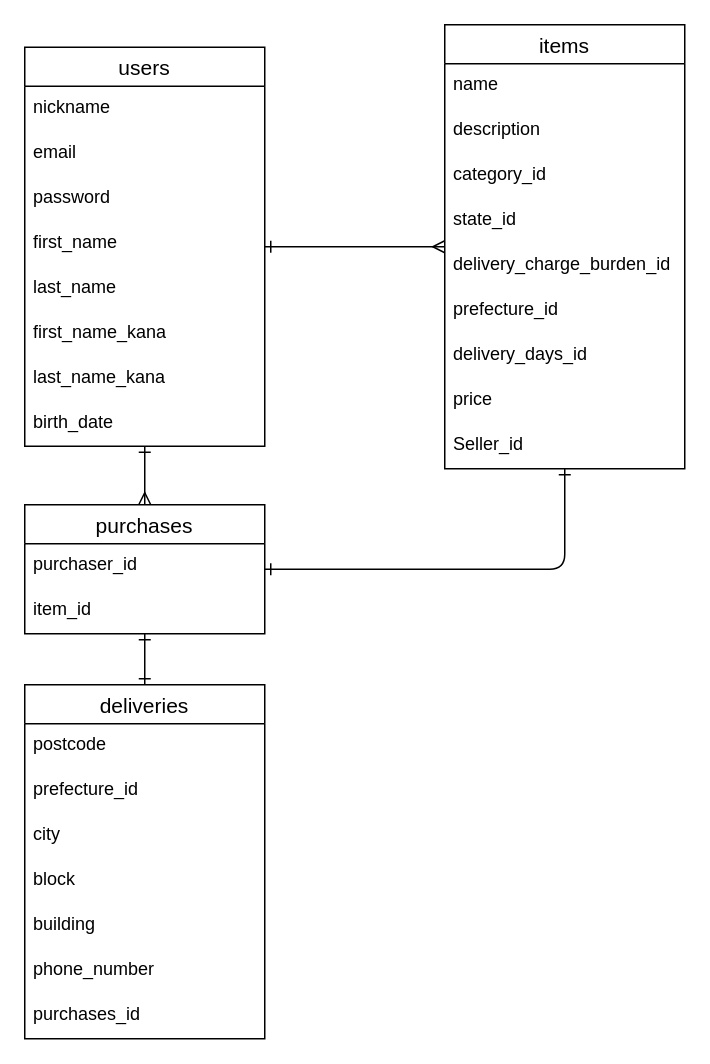
The draw.io diagram furima_er.dio in naoki0803/furima-38487, before the edit. Source tidied: cells renumbered, new cells numbered last; positions are measured from the earlier drawing's top-left corner, leaving out a move shared by most shapes. Both pictures are drawn from the tidied source at 150%, with x=0, y=0 at pixel (24, 24).
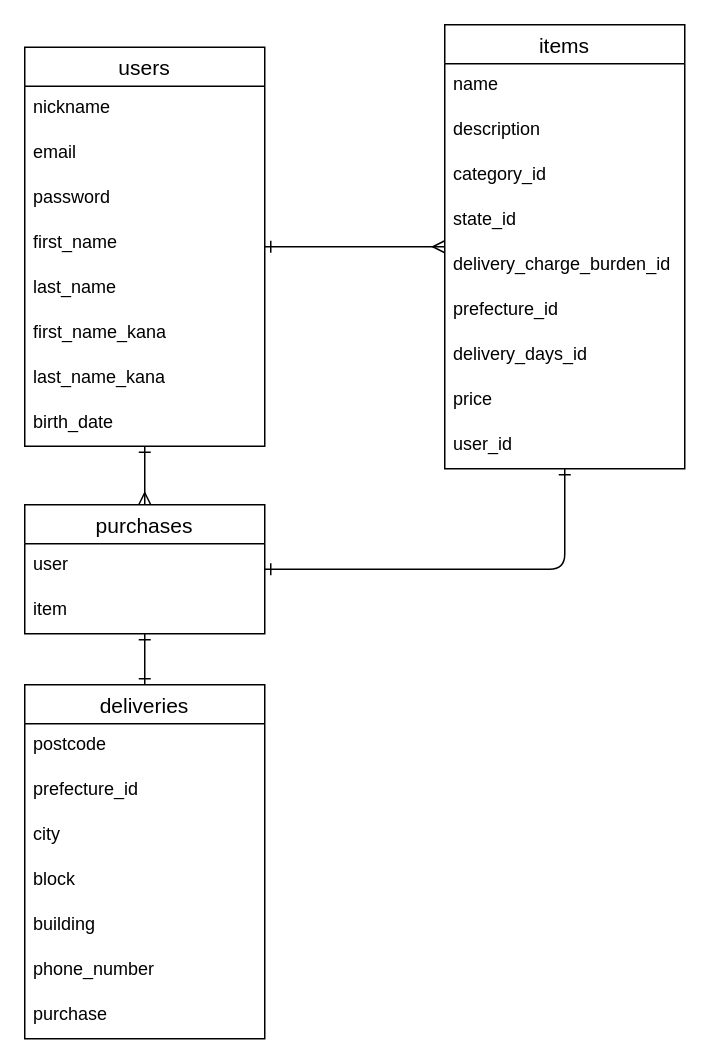
The same page after the edit.

Unchanged cells that the change refers to:
```xml
<mxCell id="11" value="items" style="swimlane;fontStyle=0;horizontal=1;startSize=26;align=center;fontSize=14;" parent="1" vertex="1">
  <mxGeometry x="280" width="160" height="296" as="geometry" />
</mxCell>
<mxCell id="22" value="purchases" style="swimlane;fontStyle=0;horizontal=1;startSize=26;align=center;fontSize=14;" parent="1" vertex="1">
  <mxGeometry y="320" width="160" height="86" as="geometry" />
</mxCell>
<mxCell id="27" value="deliveries" style="swimlane;fontStyle=0;horizontal=1;startSize=26;align=center;fontSize=14;" parent="1" vertex="1">
  <mxGeometry y="440" width="160" height="236" as="geometry" />
</mxCell>
```

The edit, as a diff of the source:
```diff
@@
-    <mxCell id="20" value="Seller_id" style="text;strokeColor=none;fillColor=none;spacingLeft=4;spacingRight=4;overflow=hidden;fontSize=12;" parent="11" vertex="1">
+    <mxCell id="20" value="user_id" style="text;strokeColor=none;fillColor=none;spacingLeft=4;spacingRight=4;overflow=hidden;fontSize=12;" parent="11" vertex="1">
       <mxGeometry y="266" width="160" height="30" as="geometry" />
     </mxCell>
@@
-    <mxCell id="23" value="purchaser_id" style="text;strokeColor=none;fillColor=none;spacingLeft=4;spacingRight=4;overflow=hidden;fontSize=12;" parent="22" vertex="1">
+    <mxCell id="23" value="user" style="text;strokeColor=none;fillColor=none;spacingLeft=4;spacingRight=4;overflow=hidden;fontSize=12;" parent="22" vertex="1">
       <mxGeometry y="26" width="160" height="30" as="geometry" />
     </mxCell>
-    <mxCell id="24" value="item_id" style="text;strokeColor=none;fillColor=none;spacingLeft=4;spacingRight=4;overflow=hidden;fontSize=12;" parent="22" vertex="1">
+    <mxCell id="24" value="item" style="text;strokeColor=none;fillColor=none;spacingLeft=4;spacingRight=4;overflow=hidden;fontSize=12;" parent="22" vertex="1">
       <mxGeometry y="56" width="160" height="30" as="geometry" />
     </mxCell>
@@
-    <mxCell id="34" value="purchases_id" style="text;strokeColor=none;fillColor=none;spacingLeft=4;spacingRight=4;overflow=hidden;fontSize=12;" parent="27" vertex="1">
+    <mxCell id="34" value="purchase" style="text;strokeColor=none;fillColor=none;spacingLeft=4;spacingRight=4;overflow=hidden;fontSize=12;" parent="27" vertex="1">
       <mxGeometry y="206" width="160" height="30" as="geometry" />
     </mxCell>
```
